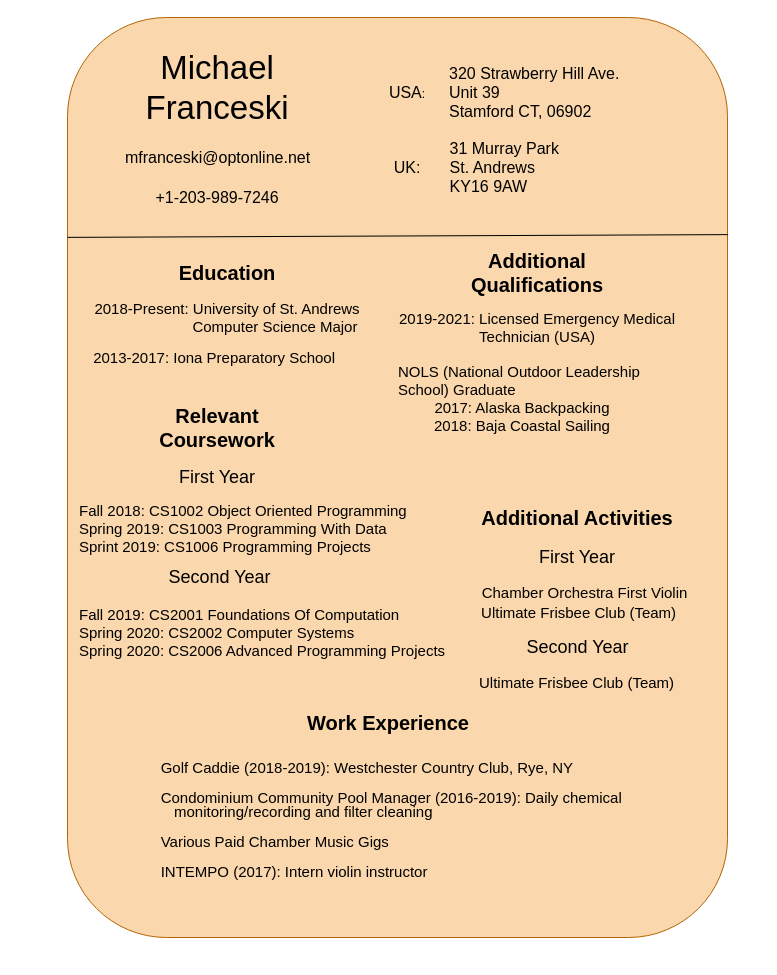
Earlier version of the draw.io diagram Untitled Diagram.drawio (mr-donculus/resume-graphs). Source tidied: cells renumbered, new cells numbered last; positions are measured from the earlier drawing's top-left corner, leaving out a move shared by most shapes. Both pictures are drawn from the tidied source at 100%, with x=0, y=0 at pixel (67, 17).
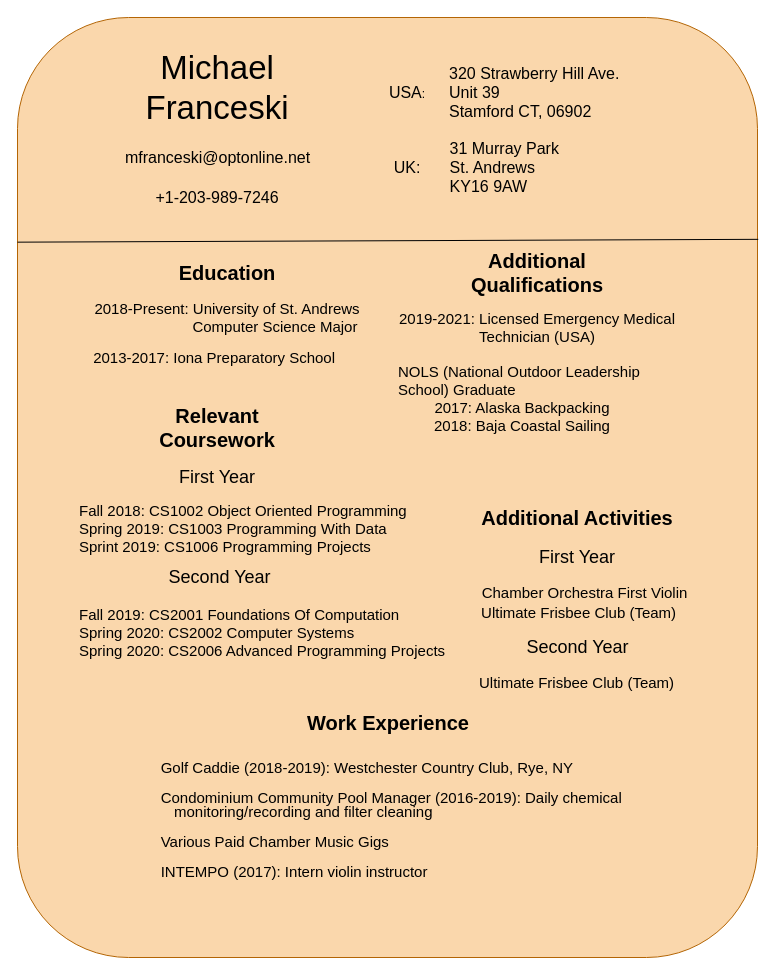
Above is the later version.

What changed in the source:
```diff
@@
     <mxCell id="2" style="rounded=1;whiteSpace=wrap;html=1;fillColor=#fad7ac;strokeColor=#b46504;" parent="1" vertex="1">
-      <mxGeometry width="660" height="920" as="geometry" />
+      <mxGeometry x="-50" width="740" height="940" as="geometry" />
     </mxCell>
@@
-    <mxCell id="4" value="&lt;font style=&quot;font-size: 33px&quot;&gt;Michael Franceski&lt;br&gt;&lt;/font&gt;" style="text;html=1;strokeColor=none;fillColor=none;align=center;verticalAlign=middle;whiteSpace=wrap;rounded=0;" parent="1" vertex="1">
+    <mxCell id="4" value="&lt;font style=&quot;font-size: 33px&quot;&gt;Michael Franceski&lt;br&gt;&lt;/font&gt;" style="text;html=1;align=center;verticalAlign=middle;whiteSpace=wrap;rounded=0;" parent="1" vertex="1">
       <mxGeometry x="50" width="200" height="140" as="geometry" />
     </mxCell>
@@
-    <mxCell id="13" value="&lt;font style=&quot;font-size: 15px&quot;&gt;2018-Present: University of St. Andrews&lt;br&gt;&amp;nbsp; &amp;nbsp; &amp;nbsp; &amp;nbsp; &amp;nbsp; &amp;nbsp; &amp;nbsp; &amp;nbsp; &amp;nbsp; &amp;nbsp; &amp;nbsp; &amp;nbsp;Computer Science Major&lt;/font&gt;" style="text;html=1;strokeColor=none;fillColor=none;align=center;verticalAlign=middle;whiteSpace=wrap;rounded=0;" parent="1" vertex="1">
+    <mxCell id="13" value="&lt;font style=&quot;font-size: 15px&quot;&gt;2018-Present: University of St. Andrews&lt;br&gt;&amp;nbsp; &amp;nbsp; &amp;nbsp; &amp;nbsp; &amp;nbsp; &amp;nbsp; &amp;nbsp; &amp;nbsp; &amp;nbsp; &amp;nbsp; &amp;nbsp; &amp;nbsp;Computer Science Major&lt;/font&gt;" style="text;html=1;align=center;verticalAlign=middle;whiteSpace=wrap;rounded=0;" parent="1" vertex="1">
       <mxGeometry x="10" y="270" width="300" height="60" as="geometry" />
     </mxCell>
-    <mxCell id="14" value="&lt;font style=&quot;font-size: 15px&quot;&gt;&amp;nbsp;2013-2017: Iona Preparatory School&lt;/font&gt;" style="text;html=1;strokeColor=none;fillColor=none;align=center;verticalAlign=middle;whiteSpace=wrap;rounded=0;" parent="1" vertex="1">
+    <mxCell id="14" value="&lt;font style=&quot;font-size: 15px&quot;&gt;&amp;nbsp;2013-2017: Iona Preparatory School&lt;/font&gt;" style="text;html=1;align=center;verticalAlign=middle;whiteSpace=wrap;rounded=0;" parent="1" vertex="1">
       <mxGeometry y="320" width="290" height="40" as="geometry" />
     </mxCell>
@@
+    <mxCell id="31" parent="0" />
```
